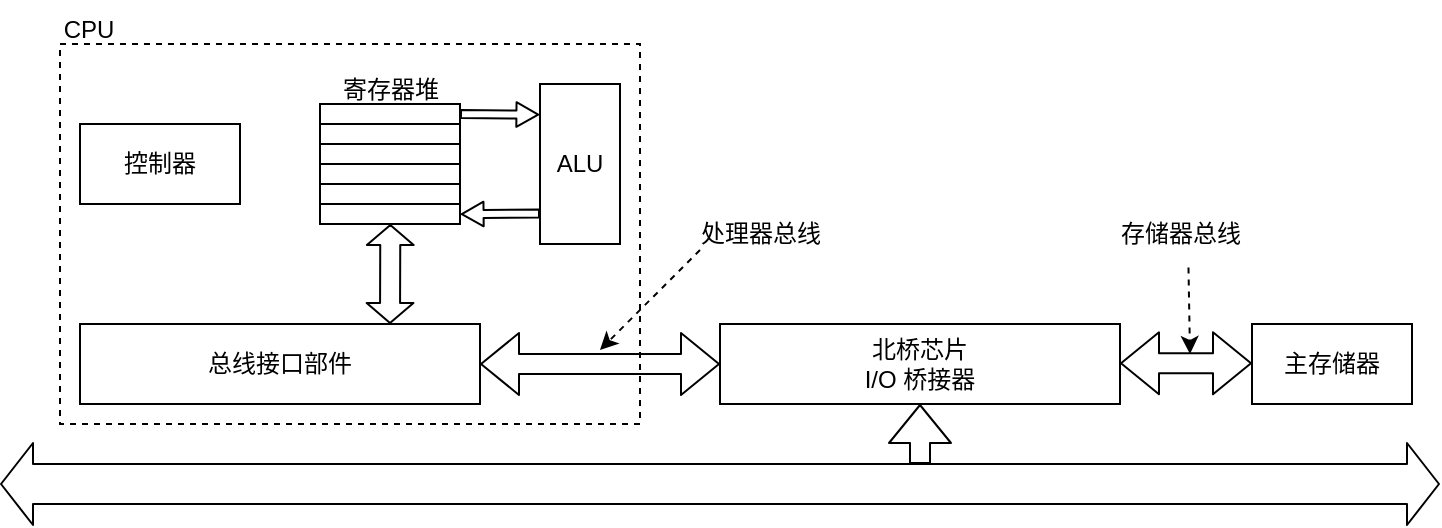
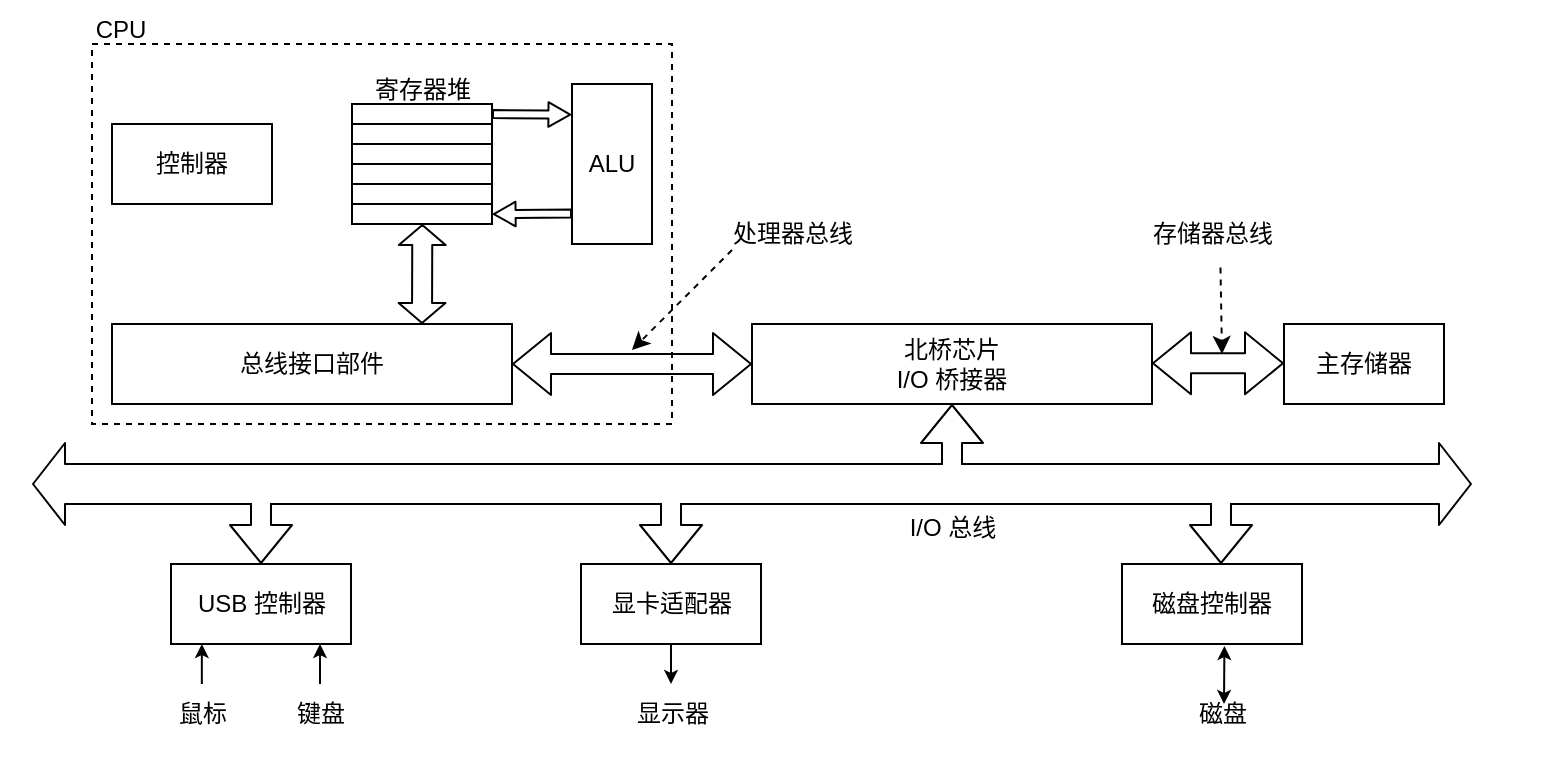
<mxfile host="65bd71144e">
    <diagram id="Wq3T6z2jUlgjdAyeTPAP" name="第 1 页">
-         <mxGraphModel dx="958" dy="1383" grid="1" gridSize="10" guides="1" tooltips="1" connect="1" arrows="1" fold="1" page="1" pageScale="1" pageWidth="827" pageHeight="1169" math="0" shadow="0">
+         <mxGraphModel dx="1100" dy="1606" grid="1" gridSize="10" guides="1" tooltips="1" connect="1" arrows="1" fold="1" page="1" pageScale="1" pageWidth="827" pageHeight="1169" math="0" shadow="0">
            <root>
                <mxCell id="0"/>
                <mxCell id="1" parent="0"/>
-                 <mxCell id="39" value="" style="shape=flexArrow;endArrow=block;html=1;entryX=0.5;entryY=1;entryDx=0;entryDy=0;fillColor=default;labelBorderColor=none;spacingTop=0;gradientColor=none;gradientDirection=north;strokeColor=default;noJump=0;ignoreEdge=0;linejoin=arcs;snapToPoint=0;endFill=0;" edge="1" parent="1" target="23">
+                 <mxCell id="79" value="" style="rounded=0;whiteSpace=wrap;html=1;strokeColor=none;" vertex="1" parent="1">
+                     <mxGeometry x="64" y="-22" width="776" height="382" as="geometry"/>
+                 </mxCell>
+                 <mxCell id="39" value="" style="shape=flexArrow;endArrow=block;html=1;entryX=0.5;entryY=1;entryDx=0;entryDy=0;fillColor=default;labelBorderColor=none;spacingTop=0;gradientColor=none;gradientDirection=north;strokeColor=default;noJump=0;ignoreEdge=0;linejoin=arcs;snapToPoint=0;endFill=0;" parent="1" target="23" edge="1">
                    <mxGeometry width="50" height="50" relative="1" as="geometry">
                        <mxPoint x="540" y="210" as="sourcePoint"/>
                        <mxPoint x="540" y="270" as="targetPoint"/>
                    </mxGeometry>
                </mxCell>
-                 <mxCell id="30" value="" style="rounded=0;whiteSpace=wrap;html=1;dashed=1;" vertex="1" parent="1">
+                 <mxCell id="30" value="" style="rounded=0;whiteSpace=wrap;html=1;dashed=1;" parent="1" vertex="1">
                    <mxGeometry x="110" width="290" height="190" as="geometry"/>
                </mxCell>
-                 <mxCell id="2" value="控制器" style="rounded=0;whiteSpace=wrap;html=1;" vertex="1" parent="1">
+                 <mxCell id="2" value="控制器" style="rounded=0;whiteSpace=wrap;html=1;" parent="1" vertex="1">
                    <mxGeometry x="120" y="40" width="80" height="40" as="geometry"/>
                </mxCell>
-                 <mxCell id="3" value="ALU" style="rounded=0;whiteSpace=wrap;html=1;direction=south;" vertex="1" parent="1">
+                 <mxCell id="3" value="ALU" style="rounded=0;whiteSpace=wrap;html=1;direction=south;" parent="1" vertex="1">
                    <mxGeometry x="350" y="20" width="40" height="80" as="geometry"/>
                </mxCell>
-                 <mxCell id="5" value="" style="rounded=0;whiteSpace=wrap;html=1;" vertex="1" parent="1">
+                 <mxCell id="5" value="" style="rounded=0;whiteSpace=wrap;html=1;" parent="1" vertex="1">
                    <mxGeometry x="240" y="30" width="70" height="10" as="geometry"/>
                </mxCell>
-                 <mxCell id="6" value="" style="rounded=0;whiteSpace=wrap;html=1;" vertex="1" parent="1">
+                 <mxCell id="6" value="" style="rounded=0;whiteSpace=wrap;html=1;" parent="1" vertex="1">
                    <mxGeometry x="240" y="40" width="70" height="10" as="geometry"/>
                </mxCell>
-                 <mxCell id="7" value="" style="rounded=0;whiteSpace=wrap;html=1;" vertex="1" parent="1">
+                 <mxCell id="7" value="" style="rounded=0;whiteSpace=wrap;html=1;" parent="1" vertex="1">
                    <mxGeometry x="240" y="50" width="70" height="10" as="geometry"/>
                </mxCell>
-                 <mxCell id="8" value="" style="rounded=0;whiteSpace=wrap;html=1;" vertex="1" parent="1">
+                 <mxCell id="8" value="" style="rounded=0;whiteSpace=wrap;html=1;" parent="1" vertex="1">
                    <mxGeometry x="240" y="60" width="70" height="10" as="geometry"/>
                </mxCell>
-                 <mxCell id="9" value="" style="rounded=0;whiteSpace=wrap;html=1;" vertex="1" parent="1">
+                 <mxCell id="9" value="" style="rounded=0;whiteSpace=wrap;html=1;" parent="1" vertex="1">
                    <mxGeometry x="240" y="70" width="70" height="10" as="geometry"/>
                </mxCell>
-                 <mxCell id="10" value="" style="rounded=0;whiteSpace=wrap;html=1;" vertex="1" parent="1">
+                 <mxCell id="10" value="" style="rounded=0;whiteSpace=wrap;html=1;" parent="1" vertex="1">
                    <mxGeometry x="240" y="80" width="70" height="10" as="geometry"/>
                </mxCell>
-                 <mxCell id="11" value="寄存器堆" style="text;html=1;align=center;verticalAlign=middle;resizable=0;points=[];autosize=1;strokeColor=none;fillColor=none;" vertex="1" parent="1">
+                 <mxCell id="11" value="寄存器堆" style="text;html=1;align=center;verticalAlign=middle;resizable=0;points=[];autosize=1;strokeColor=none;fillColor=none;" parent="1" vertex="1">
                    <mxGeometry x="240" y="8" width="70" height="30" as="geometry"/>
                </mxCell>
-                 <mxCell id="15" style="edgeStyle=none;html=1;entryX=0.192;entryY=0.985;entryDx=0;entryDy=0;entryPerimeter=0;shape=flexArrow;endArrow=block;endSize=3.2958333333333334;targetPerimeterSpacing=0;startSize=0;width=4;endWidth=7.291666666666667;" edge="1" parent="1">
+                 <mxCell id="15" style="edgeStyle=none;html=1;entryX=0.192;entryY=0.985;entryDx=0;entryDy=0;entryPerimeter=0;shape=flexArrow;endArrow=block;endSize=3.2958333333333334;targetPerimeterSpacing=0;startSize=0;width=4;endWidth=7.291666666666667;" parent="1" edge="1">
                    <mxGeometry relative="1" as="geometry">
                        <mxPoint x="310" y="35" as="sourcePoint"/>
                        <mxPoint x="349.6" y="35.360000000000014" as="targetPoint"/>
                    </mxGeometry>
                </mxCell>
-                 <mxCell id="18" style="edgeStyle=none;html=1;entryX=0.192;entryY=0.985;entryDx=0;entryDy=0;entryPerimeter=0;shape=flexArrow;endArrow=block;endSize=3.2958333333333334;targetPerimeterSpacing=0;startSize=0;width=4;endWidth=7.291666666666667;" edge="1" parent="1">
+                 <mxCell id="18" style="edgeStyle=none;html=1;entryX=0.192;entryY=0.985;entryDx=0;entryDy=0;entryPerimeter=0;shape=flexArrow;endArrow=block;endSize=3.2958333333333334;targetPerimeterSpacing=0;startSize=0;width=4;endWidth=7.291666666666667;" parent="1" edge="1">
                    <mxGeometry relative="1" as="geometry">
                        <mxPoint x="350.0000000000001" y="84.75999999999999" as="sourcePoint"/>
                        <mxPoint x="310.4000000000001" y="85.12" as="targetPoint"/>
                    </mxGeometry>
                </mxCell>
-                 <mxCell id="19" value="总线接口部件" style="rounded=0;whiteSpace=wrap;html=1;" vertex="1" parent="1">
+                 <mxCell id="19" value="总线接口部件" style="rounded=0;whiteSpace=wrap;html=1;" parent="1" vertex="1">
                    <mxGeometry x="120" y="140" width="200" height="40" as="geometry"/>
                </mxCell>
-                 <mxCell id="22" value="" style="shape=flexArrow;endArrow=classic;startArrow=classic;html=1;width=10;endSize=3;startSize=3;endWidth=12.38095238095238;startWidth=12.38095238095238;" edge="1" parent="1">
+                 <mxCell id="22" value="" style="shape=flexArrow;endArrow=classic;startArrow=classic;html=1;width=10;endSize=3;startSize=3;endWidth=12.38095238095238;startWidth=12.38095238095238;" parent="1" edge="1">
                    <mxGeometry width="100" height="100" relative="1" as="geometry">
                        <mxPoint x="275" y="140" as="sourcePoint"/>
                        <mxPoint x="275.16" y="90" as="targetPoint"/>
                    </mxGeometry>
                </mxCell>
-                 <mxCell id="23" value="北桥芯片&lt;div&gt;I/O 桥接器&lt;/div&gt;" style="rounded=0;whiteSpace=wrap;html=1;" vertex="1" parent="1">
+                 <mxCell id="23" value="北桥芯片&lt;div&gt;I/O 桥接器&lt;/div&gt;" style="rounded=0;whiteSpace=wrap;html=1;" parent="1" vertex="1">
                    <mxGeometry x="440" y="140" width="200" height="40" as="geometry"/>
                </mxCell>
-                 <mxCell id="26" value="" style="shape=flexArrow;endArrow=classic;startArrow=classic;html=1;exitX=1;exitY=0.5;exitDx=0;exitDy=0;" edge="1" parent="1" source="19" target="23">
+                 <mxCell id="26" value="" style="shape=flexArrow;endArrow=classic;startArrow=classic;html=1;exitX=1;exitY=0.5;exitDx=0;exitDy=0;" parent="1" source="19" target="23" edge="1">
                    <mxGeometry width="100" height="100" relative="1" as="geometry">
                        <mxPoint x="350" y="220" as="sourcePoint"/>
                        <mxPoint x="450" y="120" as="targetPoint"/>
                    </mxGeometry>
                </mxCell>
-                 <mxCell id="27" value="主存储器" style="rounded=0;whiteSpace=wrap;html=1;" vertex="1" parent="1">
+                 <mxCell id="27" value="主存储器" style="rounded=0;whiteSpace=wrap;html=1;" parent="1" vertex="1">
                    <mxGeometry x="706" y="140" width="80" height="40" as="geometry"/>
                </mxCell>
-                 <mxCell id="28" value="" style="shape=flexArrow;endArrow=classic;startArrow=classic;html=1;exitX=1;exitY=0.5;exitDx=0;exitDy=0;" edge="1" parent="1">
+                 <mxCell id="28" value="" style="shape=flexArrow;endArrow=classic;startArrow=classic;html=1;exitX=1;exitY=0.5;exitDx=0;exitDy=0;" parent="1" edge="1">
                    <mxGeometry width="100" height="100" relative="1" as="geometry">
                        <mxPoint x="640" y="159.64" as="sourcePoint"/>
                        <mxPoint x="706" y="159.64" as="targetPoint"/>
                    </mxGeometry>
                </mxCell>
-                 <mxCell id="32" value="CPU" style="text;html=1;align=center;verticalAlign=middle;resizable=0;points=[];autosize=1;strokeColor=none;fillColor=none;" vertex="1" parent="1">
+                 <mxCell id="32" value="CPU" style="text;html=1;align=center;verticalAlign=middle;resizable=0;points=[];autosize=1;strokeColor=none;fillColor=none;" parent="1" vertex="1">
                    <mxGeometry x="99" y="-22" width="50" height="30" as="geometry"/>
                </mxCell>
-                 <mxCell id="33" value="" style="endArrow=classic;html=1;dashed=1;" edge="1" parent="1">
+                 <mxCell id="33" value="" style="endArrow=classic;html=1;dashed=1;" parent="1" edge="1">
                    <mxGeometry width="50" height="50" relative="1" as="geometry">
                        <mxPoint x="430" y="103" as="sourcePoint"/>
                        <mxPoint x="380" y="153" as="targetPoint"/>
                    </mxGeometry>
                </mxCell>
-                 <mxCell id="34" value="处理器总线" style="text;html=1;align=center;verticalAlign=middle;resizable=0;points=[];autosize=1;strokeColor=none;fillColor=none;" vertex="1" parent="1">
+                 <mxCell id="34" value="处理器总线" style="text;html=1;align=center;verticalAlign=middle;resizable=0;points=[];autosize=1;strokeColor=none;fillColor=none;" parent="1" vertex="1">
                    <mxGeometry x="420" y="80" width="80" height="30" as="geometry"/>
                </mxCell>
-                 <mxCell id="35" value="" style="endArrow=classic;html=1;dashed=1;exitX=0.553;exitY=1.06;exitDx=0;exitDy=0;exitPerimeter=0;" edge="1" parent="1" source="37">
+                 <mxCell id="35" value="" style="endArrow=classic;html=1;dashed=1;exitX=0.553;exitY=1.06;exitDx=0;exitDy=0;exitPerimeter=0;" parent="1" source="37" edge="1">
                    <mxGeometry width="50" height="50" relative="1" as="geometry">
                        <mxPoint x="675" y="120" as="sourcePoint"/>
                        <mxPoint x="675" y="155" as="targetPoint"/>
                    </mxGeometry>
                </mxCell>
-                 <mxCell id="37" value="存储器总线" style="text;html=1;align=center;verticalAlign=middle;resizable=0;points=[];autosize=1;strokeColor=none;fillColor=none;" vertex="1" parent="1">
+                 <mxCell id="37" value="存储器总线" style="text;html=1;align=center;verticalAlign=middle;resizable=0;points=[];autosize=1;strokeColor=none;fillColor=none;" parent="1" vertex="1">
                    <mxGeometry x="630" y="80" width="80" height="30" as="geometry"/>
                </mxCell>
-                 <mxCell id="38" value="" style="shape=flexArrow;endArrow=classic;startArrow=classic;html=1;width=20;endSize=5;startSize=5;fillColor=#FFFFFF;" edge="1" parent="1">
+                 <mxCell id="38" value="" style="shape=flexArrow;endArrow=classic;startArrow=classic;html=1;width=20;endSize=5;startSize=5;fillColor=#FFFFFF;" parent="1" edge="1">
                    <mxGeometry width="100" height="100" relative="1" as="geometry">
                        <mxPoint x="80" y="220" as="sourcePoint"/>
                        <mxPoint x="800" y="220" as="targetPoint"/>
+                     </mxGeometry>
+                 </mxCell>
+                 <mxCell id="51" value="" style="rounded=0;whiteSpace=wrap;html=1;strokeColor=none;" vertex="1" parent="1">
+                     <mxGeometry x="535.5" y="207" width="9" height="10" as="geometry"/>
+                 </mxCell>
+                 <mxCell id="54" value="" style="group;flipV=1;" vertex="1" connectable="0" parent="1">
+                     <mxGeometry x="190" y="223" width="9" height="37" as="geometry"/>
+                 </mxCell>
+                 <mxCell id="52" value="" style="shape=flexArrow;endArrow=block;html=1;entryX=0.5;entryY=1;entryDx=0;entryDy=0;fillColor=default;labelBorderColor=none;spacingTop=0;gradientColor=none;gradientDirection=north;strokeColor=default;noJump=0;ignoreEdge=0;linejoin=arcs;snapToPoint=0;endFill=0;" edge="1" parent="54">
+                     <mxGeometry width="50" height="50" relative="1" as="geometry">
+                         <mxPoint x="4.5" y="7" as="sourcePoint"/>
+                         <mxPoint x="4.5" y="37" as="targetPoint"/>
+                     </mxGeometry>
+                 </mxCell>
+                 <mxCell id="53" value="" style="rounded=0;whiteSpace=wrap;html=1;strokeColor=none;" vertex="1" parent="54">
+                     <mxGeometry width="9" height="10" as="geometry"/>
+                 </mxCell>
+                 <mxCell id="56" value="USB 控制器" style="rounded=0;whiteSpace=wrap;html=1;" vertex="1" parent="1">
+                     <mxGeometry x="149.5" y="260" width="90" height="40" as="geometry"/>
+                 </mxCell>
+                 <mxCell id="57" value="" style="group;flipV=1;" vertex="1" connectable="0" parent="1">
+                     <mxGeometry x="395" y="223" width="9" height="37" as="geometry"/>
+                 </mxCell>
+                 <mxCell id="58" value="" style="shape=flexArrow;endArrow=block;html=1;entryX=0.5;entryY=1;entryDx=0;entryDy=0;fillColor=default;labelBorderColor=none;spacingTop=0;gradientColor=none;gradientDirection=north;strokeColor=default;noJump=0;ignoreEdge=0;linejoin=arcs;snapToPoint=0;endFill=0;" edge="1" parent="57">
+                     <mxGeometry width="50" height="50" relative="1" as="geometry">
+                         <mxPoint x="4.5" y="7" as="sourcePoint"/>
+                         <mxPoint x="4.5" y="37" as="targetPoint"/>
+                     </mxGeometry>
+                 </mxCell>
+                 <mxCell id="59" value="" style="rounded=0;whiteSpace=wrap;html=1;strokeColor=none;" vertex="1" parent="57">
+                     <mxGeometry width="9" height="10" as="geometry"/>
+                 </mxCell>
+                 <mxCell id="74" style="edgeStyle=none;html=1;endSize=4;" edge="1" parent="1" source="60" target="73">
+                     <mxGeometry relative="1" as="geometry"/>
+                 </mxCell>
+                 <mxCell id="60" value="显卡适配器" style="rounded=0;whiteSpace=wrap;html=1;" vertex="1" parent="1">
+                     <mxGeometry x="354.5" y="260" width="90" height="40" as="geometry"/>
+                 </mxCell>
+                 <mxCell id="61" value="I/O 总线" style="text;html=1;align=center;verticalAlign=middle;resizable=0;points=[];autosize=1;strokeColor=none;fillColor=none;" vertex="1" parent="1">
+                     <mxGeometry x="505" y="226.5" width="70" height="30" as="geometry"/>
+                 </mxCell>
+                 <mxCell id="62" value="" style="group;flipV=1;" vertex="1" connectable="0" parent="1">
+                     <mxGeometry x="670" y="223" width="9" height="37" as="geometry"/>
+                 </mxCell>
+                 <mxCell id="63" value="" style="shape=flexArrow;endArrow=block;html=1;entryX=0.5;entryY=1;entryDx=0;entryDy=0;fillColor=default;labelBorderColor=none;spacingTop=0;gradientColor=none;gradientDirection=north;strokeColor=default;noJump=0;ignoreEdge=0;linejoin=arcs;snapToPoint=0;endFill=0;" edge="1" parent="62">
+                     <mxGeometry width="50" height="50" relative="1" as="geometry">
+                         <mxPoint x="4.5" y="7" as="sourcePoint"/>
+                         <mxPoint x="4.5" y="37" as="targetPoint"/>
+                     </mxGeometry>
+                 </mxCell>
+                 <mxCell id="64" value="" style="rounded=0;whiteSpace=wrap;html=1;strokeColor=none;" vertex="1" parent="62">
+                     <mxGeometry width="9" height="10" as="geometry"/>
+                 </mxCell>
+                 <mxCell id="65" value="磁盘控制器" style="rounded=0;whiteSpace=wrap;html=1;" vertex="1" parent="1">
+                     <mxGeometry x="625" y="260" width="90" height="40" as="geometry"/>
+                 </mxCell>
+                 <mxCell id="66" value="鼠标" style="text;html=1;align=center;verticalAlign=middle;resizable=0;points=[];autosize=1;strokeColor=none;fillColor=none;" vertex="1" parent="1">
+                     <mxGeometry x="140" y="320" width="50" height="30" as="geometry"/>
+                 </mxCell>
+                 <mxCell id="67" value="键盘" style="text;html=1;align=center;verticalAlign=middle;resizable=0;points=[];autosize=1;strokeColor=none;fillColor=none;" vertex="1" parent="1">
+                     <mxGeometry x="199" y="320" width="50" height="30" as="geometry"/>
+                 </mxCell>
+                 <mxCell id="71" style="edgeStyle=none;html=1;endSize=4;" edge="1" parent="1" source="67">
+                     <mxGeometry relative="1" as="geometry">
+                         <mxPoint x="224" y="300" as="targetPoint"/>
+                     </mxGeometry>
+                 </mxCell>
+                 <mxCell id="72" style="edgeStyle=none;html=1;endSize=4;" edge="1" parent="1">
+                     <mxGeometry relative="1" as="geometry">
+                         <mxPoint x="164.92000000000002" y="320" as="sourcePoint"/>
+                         <mxPoint x="164.92000000000002" y="300" as="targetPoint"/>
+                     </mxGeometry>
+                 </mxCell>
+                 <mxCell id="73" value="显示器" style="text;html=1;align=center;verticalAlign=middle;resizable=0;points=[];autosize=1;strokeColor=none;fillColor=none;" vertex="1" parent="1">
+                     <mxGeometry x="369.5" y="320" width="60" height="30" as="geometry"/>
+                 </mxCell>
+                 <mxCell id="75" value="磁盘" style="text;html=1;align=center;verticalAlign=middle;resizable=0;points=[];autosize=1;strokeColor=none;fillColor=none;" vertex="1" parent="1">
+                     <mxGeometry x="649.5" y="320" width="50" height="30" as="geometry"/>
+                 </mxCell>
+                 <mxCell id="77" value="" style="endArrow=classic;startArrow=classic;html=1;entryX=0.569;entryY=1.025;entryDx=0;entryDy=0;entryPerimeter=0;endSize=4;startSize=4;" edge="1" parent="1" target="65">
+                     <mxGeometry width="50" height="50" relative="1" as="geometry">
+                         <mxPoint x="676" y="330" as="sourcePoint"/>
+                         <mxPoint x="680" y="300" as="targetPoint"/>
                    </mxGeometry>
                </mxCell>
            </root>
        </mxGraphModel>
    </diagram>
</mxfile>